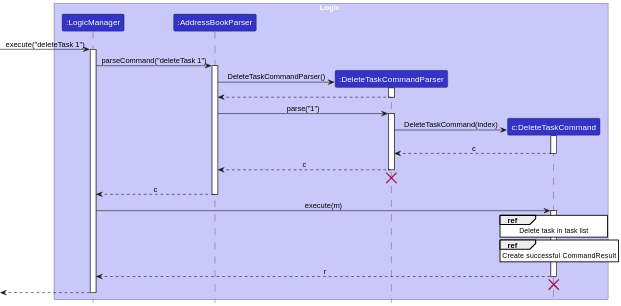
Earlier version of the PlantUML export docs/assets/svg/dg/DeleteTaskSequenceDiagram.svg (pra-navi/tp).
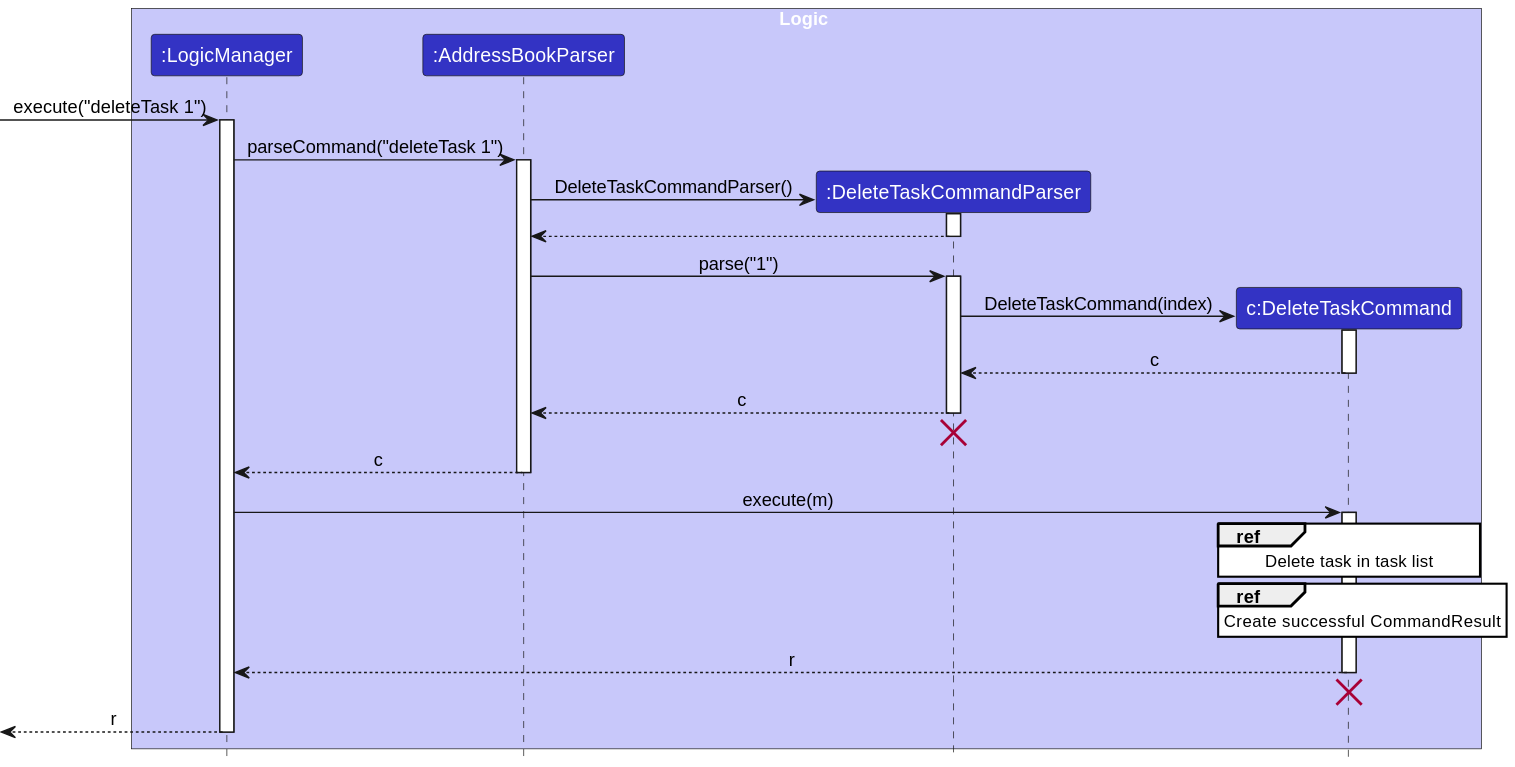
After the change.

Change to the diagram source:
```diff
@@ -53,6 +53,6 @@
 DeleteTaskCommand -[hidden]-> LogicManager
 destroy DeleteTaskCommand
 
-[<--LogicManager
+[<--LogicManager : r
 deactivate LogicManager
 @enduml
```
